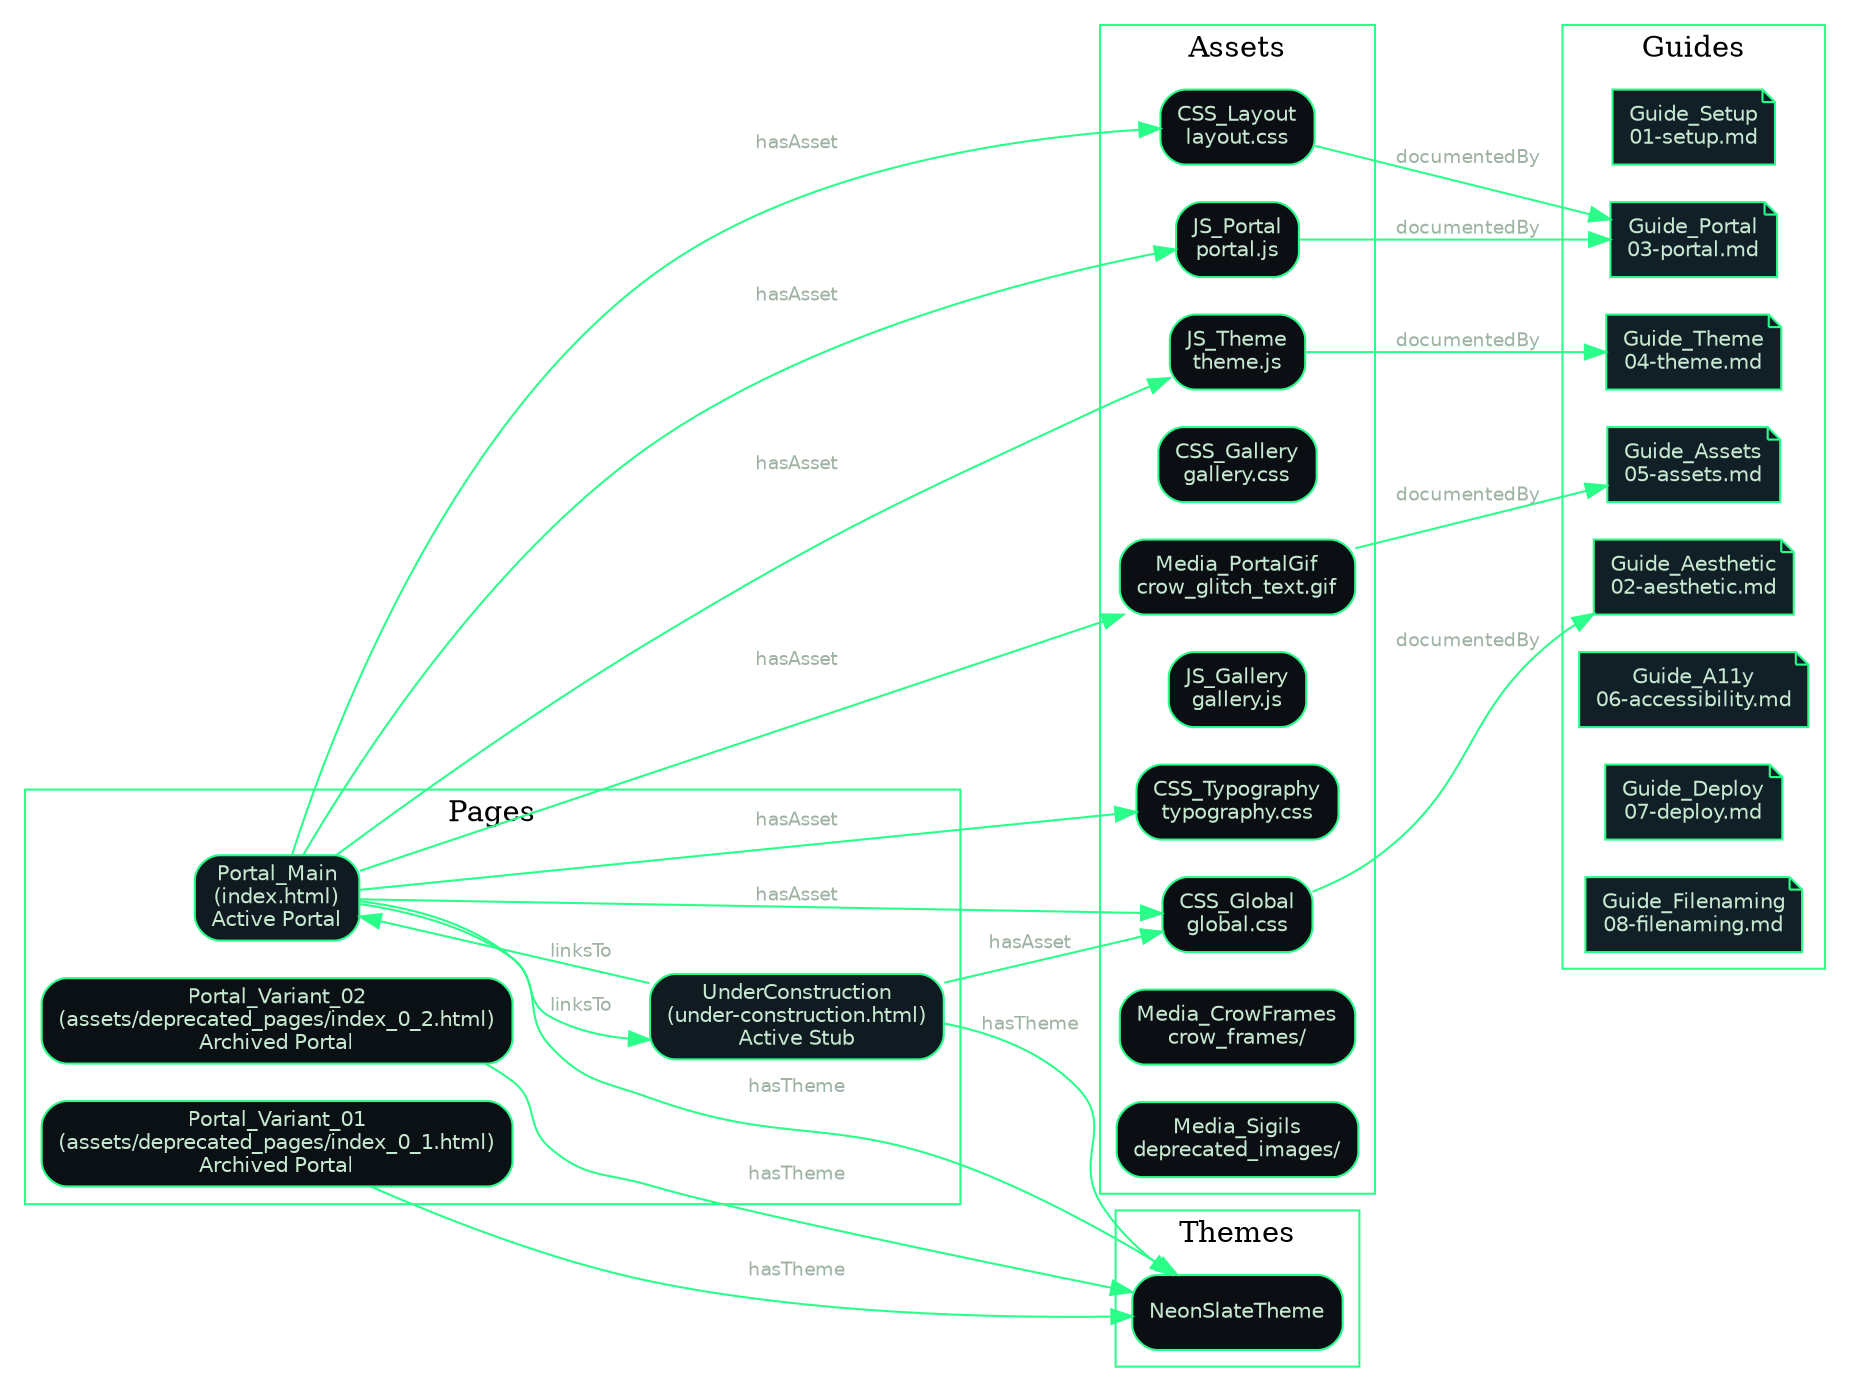
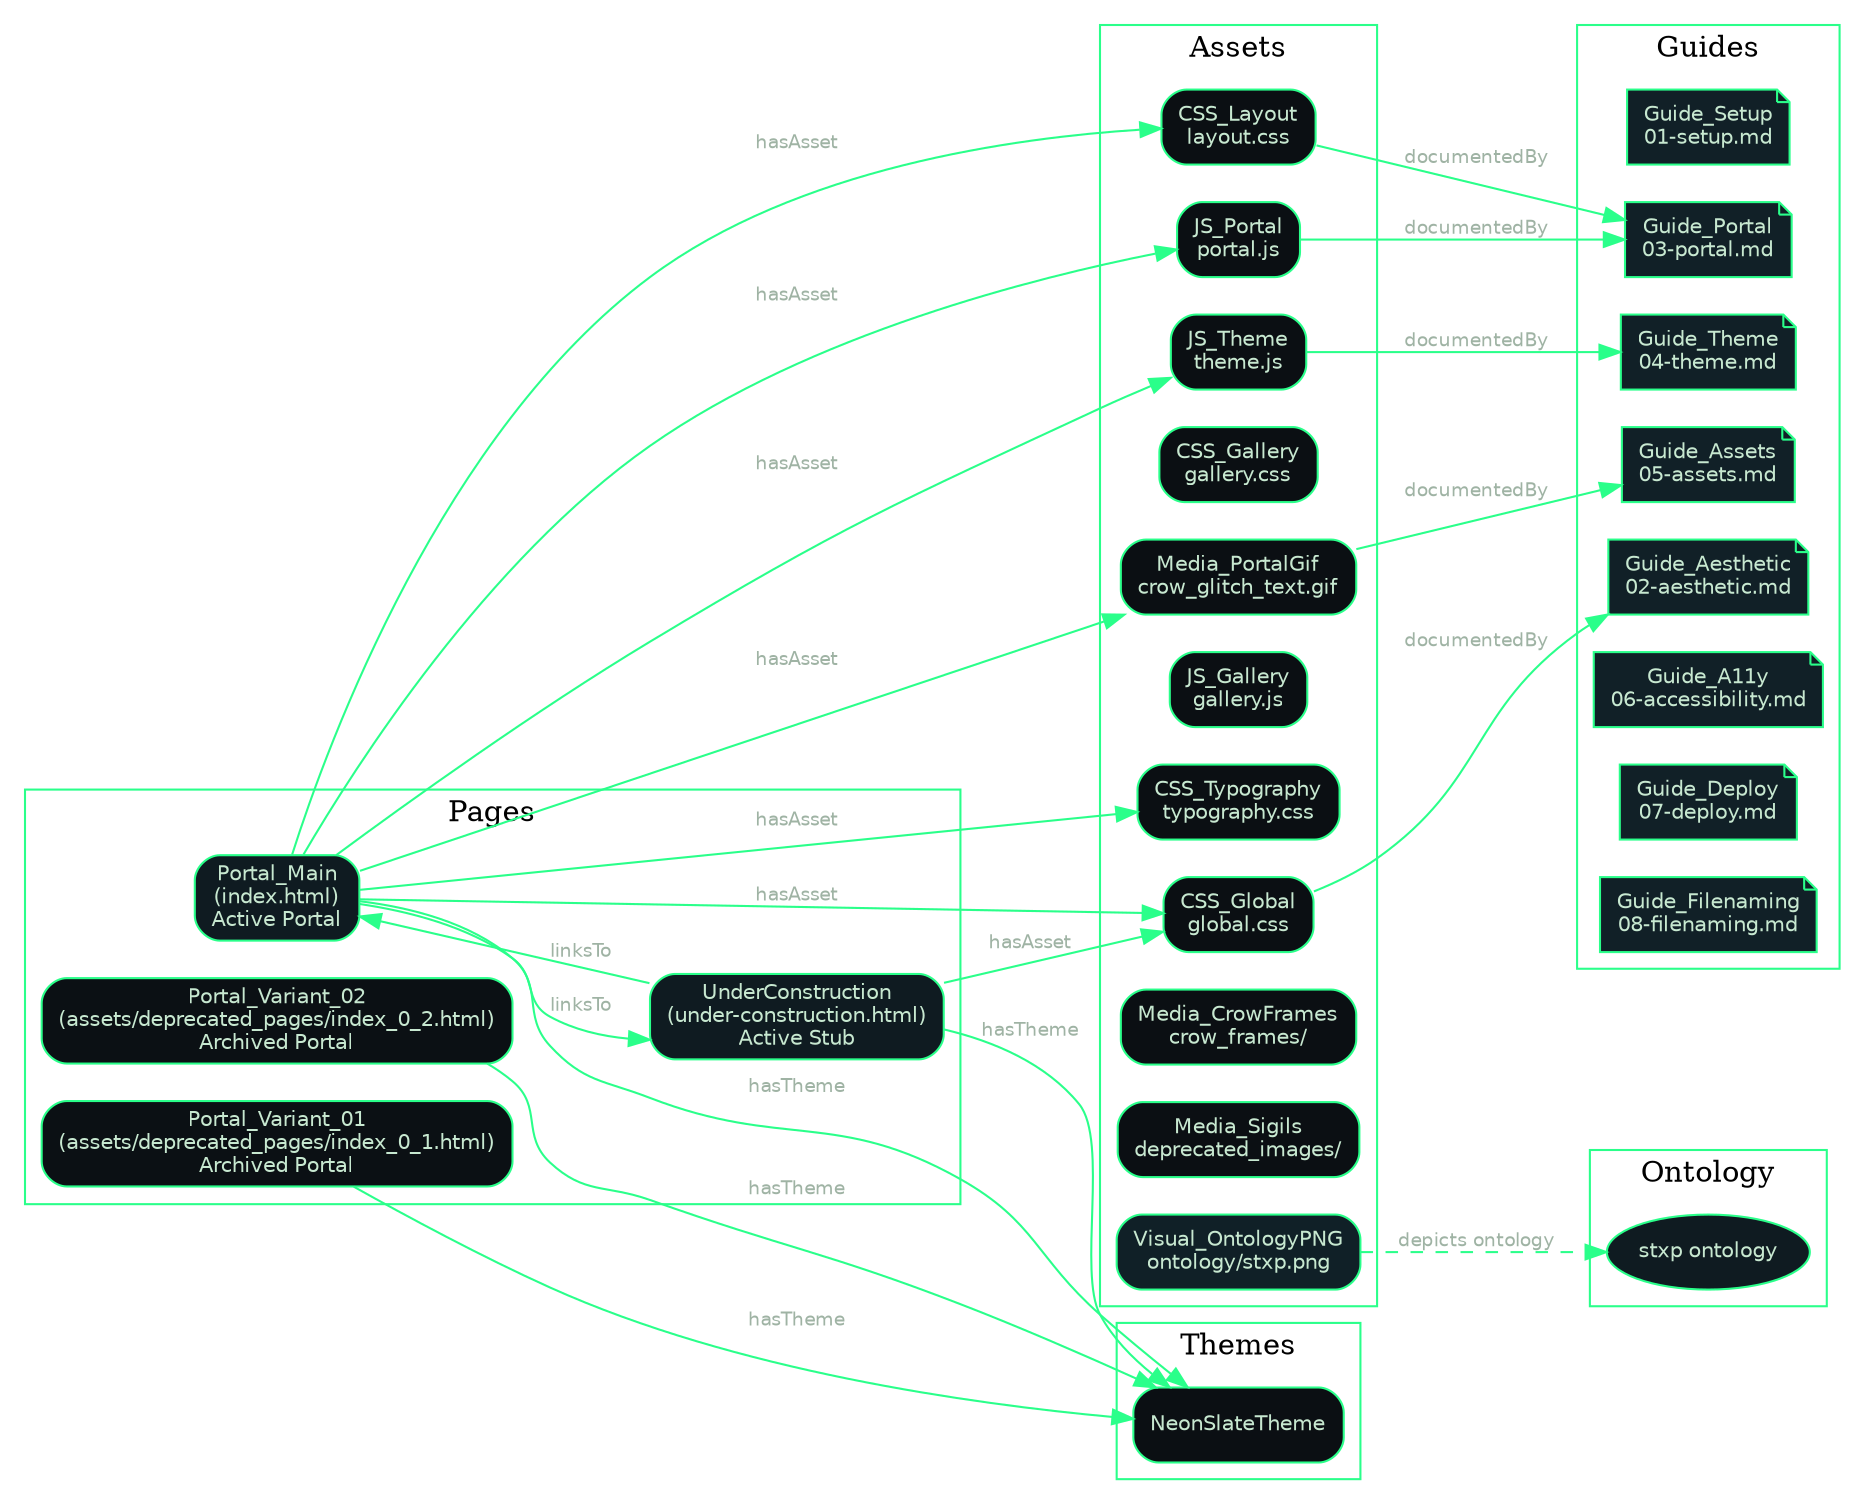
digraph STXP {
  rankdir=LR;
  node [shape=box, style="rounded,filled", color="#2aff8a", fontname="Helvetica", fontsize=10, fillcolor="#0b0f13", fontcolor="#c7e8d0"];
  edge [color="#2aff8a", fontcolor="#9fb3a4", fontname="Helvetica", fontsize=9];

  subgraph cluster_pages {
    label="Pages";
    color="#2aff8a";
    Portal_Main [label="Portal_Main\n(index.html)\nActive Portal", fillcolor="#0f1b21"];
    UnderConstruction [label="UnderConstruction\n(under-construction.html)\nActive Stub", fillcolor="#0f1b21"];
    Portal_Variant_01 [label="Portal_Variant_01\n(assets/deprecated_pages/index_0_1.html)\nArchived Portal", fillcolor="#0b1014"];
    Portal_Variant_02 [label="Portal_Variant_02\n(assets/deprecated_pages/index_0_2.html)\nArchived Portal", fillcolor="#0b1014"];
  }

  subgraph cluster_assets {
    label="Assets";
    color="#2aff8a";
    CSS_Global [label="CSS_Global\nglobal.css"];
    CSS_Typography [label="CSS_Typography\ntypography.css"];
    CSS_Layout [label="CSS_Layout\nlayout.css"];
    CSS_Gallery [label="CSS_Gallery\ngallery.css"];
    JS_Theme [label="JS_Theme\ntheme.js"];
    JS_Gallery [label="JS_Gallery\ngallery.js"];
    JS_Portal [label="JS_Portal\nportal.js"];
    Media_PortalGif [label="Media_PortalGif\ncrow_glitch_text.gif"];
    Media_CrowFrames [label="Media_CrowFrames\ncrow_frames/"];
    Media_Sigils [label="Media_Sigils\ndeprecated_images/"];
+     Visual_OntologyPNG [label="Visual_OntologyPNG\nontology/stxp.png", fillcolor="#102027"];
+   }
+ 
+   subgraph cluster_ontology {
+     label="Ontology";
+     color="#2aff8a";
+     OntologyRoot [label="stxp ontology", shape=ellipse, fillcolor="#0f1b21"];
  }

  subgraph cluster_guides {
    label="Guides";
    color="#2aff8a";
    Guide_Setup [label="Guide_Setup\n01-setup.md"];
    Guide_Aesthetic [label="Guide_Aesthetic\n02-aesthetic.md"];
    Guide_Portal [label="Guide_Portal\n03-portal.md"];
    Guide_Theme [label="Guide_Theme\n04-theme.md"];
    Guide_Assets [label="Guide_Assets\n05-assets.md"];
    Guide_A11y [label="Guide_A11y\n06-accessibility.md"];
    Guide_Deploy [label="Guide_Deploy\n07-deploy.md"];
    Guide_Filenaming [label="Guide_Filenaming\n08-filenaming.md"];
  }

  subgraph cluster_themes {
    label="Themes";
    color="#2aff8a";
    NeonSlate [label="NeonSlateTheme"];
  }

  // Page -> Theme
    Portal_Main -> NeonSlate [label="hasTheme"];
    UnderConstruction -> NeonSlate [label="hasTheme"];
    Portal_Variant_01 -> NeonSlate [label="hasTheme"];
    Portal_Variant_02 -> NeonSlate [label="hasTheme"];

  // Navigation links
  Portal_Main -> UnderConstruction [label="linksTo"];
  UnderConstruction -> Portal_Main [label="linksTo"];

  // Assets attached to Portal_Main
  Portal_Main -> CSS_Global [label="hasAsset"];
  Portal_Main -> CSS_Typography [label="hasAsset"];
  Portal_Main -> CSS_Layout [label="hasAsset"];
  Portal_Main -> JS_Portal [label="hasAsset"];
  Portal_Main -> JS_Theme [label="hasAsset"];
  Portal_Main -> Media_PortalGif [label="hasAsset"];

  // Stub uses theme and global styling
  UnderConstruction -> CSS_Global [label="hasAsset"];

+   // Ontology visualization node
+   Visual_OntologyPNG -> OntologyRoot [label="depicts ontology", style=dashed];
+ 
  // Guides documenting assets
  CSS_Global -> Guide_Aesthetic [label="documentedBy"];
  CSS_Layout -> Guide_Portal [label="documentedBy"];
  JS_Theme -> Guide_Theme [label="documentedBy"];
  JS_Portal -> Guide_Portal [label="documentedBy"];
  Media_PortalGif -> Guide_Assets [label="documentedBy"];
  Guide_Setup [shape=note, style="filled", fillcolor="#112027"];
  Guide_Aesthetic [shape=note, style="filled", fillcolor="#112027"];
  Guide_Portal [shape=note, style="filled", fillcolor="#112027"];
  Guide_Theme [shape=note, style="filled", fillcolor="#112027"];
  Guide_Assets [shape=note, style="filled", fillcolor="#112027"];
  Guide_A11y [shape=note, style="filled", fillcolor="#112027"];
  Guide_Deploy [shape=note, style="filled", fillcolor="#112027"];
  Guide_Filenaming [shape=note, style="filled", fillcolor="#112027"];
}
